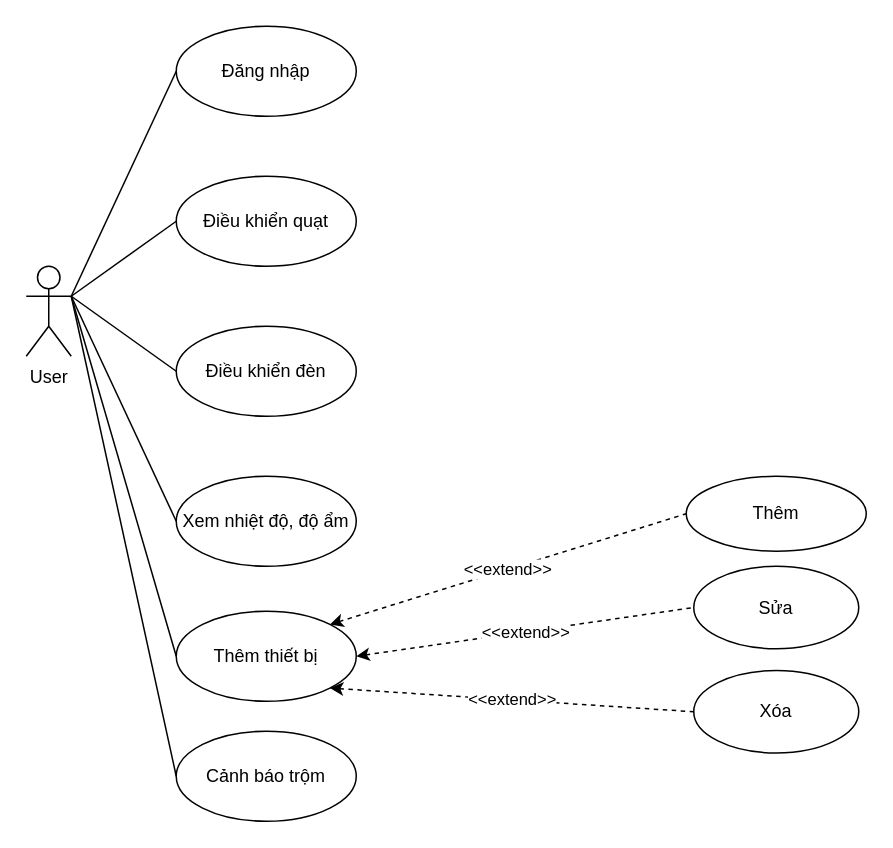
Earlier version of the draw.io diagram Biểu đồ không có tiêu đề.drawio (dinhvan2/diagrams). Source tidied: cells renumbered, new cells numbered last; positions are measured from the earlier drawing's top-left corner, leaving out a move shared by most shapes. Both pictures are drawn from the tidied source at 150%, with x=0, y=0 at pixel (26, 26).
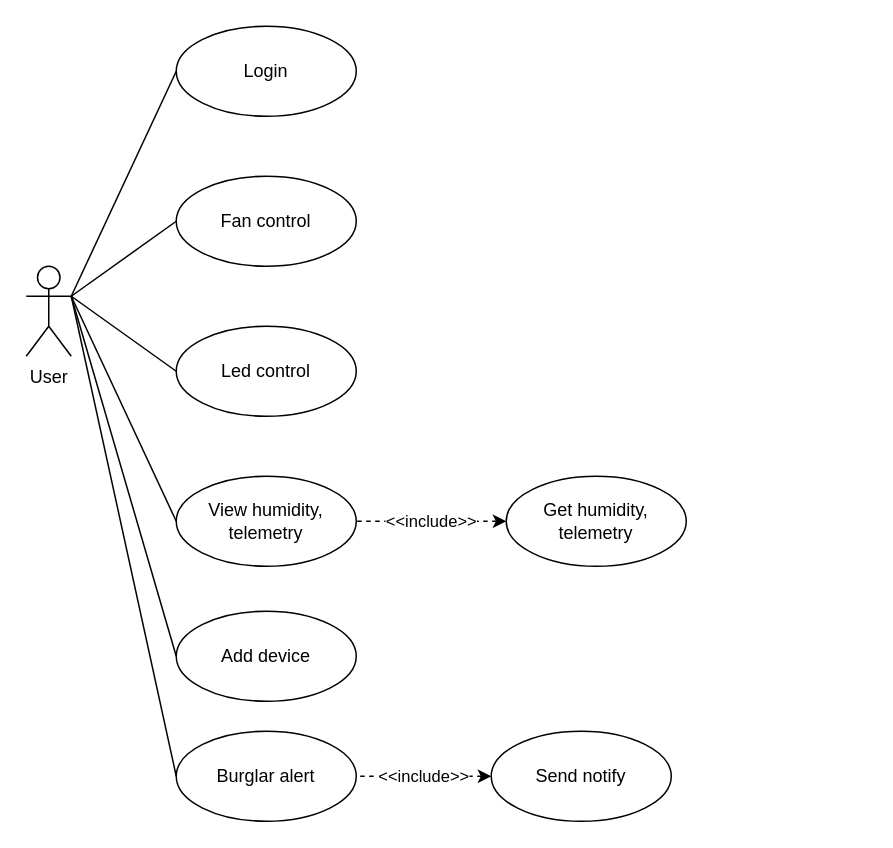
The same page after the edit.

Commit message:
Cập nhật Biểu đồ không có tiêu đề.drawio

What changed in the source:
```diff
@@
-    <mxCell id="2" value="Đăng nhập" style="ellipse;whiteSpace=wrap;html=1;" parent="1" vertex="1">
+    <mxCell id="2" value="Login" style="ellipse;whiteSpace=wrap;html=1;" parent="1" vertex="1">
       <mxGeometry x="100" width="120" height="60" as="geometry" />
     </mxCell>
@@
-    <mxCell id="4" value="Thêm thiết bị" style="ellipse;whiteSpace=wrap;html=1;" parent="1" vertex="1">
+    <mxCell id="4" value="Add device" style="ellipse;whiteSpace=wrap;html=1;" parent="1" vertex="1">
       <mxGeometry x="100" y="390" width="120" height="60" as="geometry" />
     </mxCell>
@@
-    <mxCell id="6" value="Xem nhiệt độ, độ ẩm" style="ellipse;whiteSpace=wrap;html=1;" parent="1" vertex="1">
+    <mxCell id="6" value="View humidity, telemetry" style="ellipse;whiteSpace=wrap;html=1;" parent="1" vertex="1">
       <mxGeometry x="100" y="300" width="120" height="60" as="geometry" />
     </mxCell>
-    <mxCell id="7" value="Điều khiển đèn" style="ellipse;whiteSpace=wrap;html=1;" parent="1" vertex="1">
+    <mxCell id="7" value="Led control" style="ellipse;whiteSpace=wrap;html=1;" parent="1" vertex="1">
       <mxGeometry x="100" y="200" width="120" height="60" as="geometry" />
     </mxCell>
-    <mxCell id="8" value="Điều khiển quạt" style="ellipse;whiteSpace=wrap;html=1;" parent="1" vertex="1">
+    <mxCell id="8" value="Fan control" style="ellipse;whiteSpace=wrap;html=1;" parent="1" vertex="1">
       <mxGeometry x="100" y="100" width="120" height="60" as="geometry" />
     </mxCell>
@@
-    <mxCell id="13" value="Thêm" style="ellipse;whiteSpace=wrap;html=1;" parent="1" vertex="1">
-      <mxGeometry x="440" y="300" width="120" height="50" as="geometry" />
-    </mxCell>
-    <mxCell id="14" value="Sửa" style="ellipse;whiteSpace=wrap;html=1;rotation=0;" parent="1" vertex="1">
-      <mxGeometry x="445" y="360" width="110" height="55" as="geometry" />
-    </mxCell>
-    <mxCell id="15" value="Xóa" style="ellipse;whiteSpace=wrap;html=1;rotation=0;" parent="1" vertex="1">
-      <mxGeometry x="445" y="429.5" width="110" height="55" as="geometry" />
-    </mxCell>
-    <mxCell id="16" value="&amp;lt;&amp;lt;extend&amp;gt;&amp;gt;" style="edgeStyle=none;rounded=0;jettySize=auto;html=1;entryX=0;entryY=0.5;entryDx=0;entryDy=0;endArrow=none;endFill=0;dashed=1;startArrow=classic;startFill=1;exitX=1;exitY=0;exitDx=0;exitDy=0;" parent="1" edge="1" source="4" target="13">
-      <mxGeometry relative="1" as="geometry" />
-    </mxCell>
-    <mxCell id="17" value="&amp;lt;&amp;lt;extend&amp;gt;&amp;gt;" style="edgeStyle=none;rounded=0;jettySize=auto;html=1;entryX=0;entryY=0.5;entryDx=0;entryDy=0;endArrow=none;endFill=0;dashed=1;startArrow=classic;startFill=1;exitX=1;exitY=0.5;exitDx=0;exitDy=0;" parent="1" edge="1" source="4" target="14">
-      <mxGeometry relative="1" as="geometry" />
-    </mxCell>
-    <mxCell id="18" value="&amp;lt;&amp;lt;extend&amp;gt;&amp;gt;" style="edgeStyle=none;rounded=0;jettySize=auto;html=1;entryX=0;entryY=0.5;entryDx=0;entryDy=0;endArrow=none;endFill=0;dashed=1;startArrow=classic;startFill=1;exitX=1;exitY=1;exitDx=0;exitDy=0;" parent="1" edge="1" source="4" target="15">
-      <mxGeometry relative="1" as="geometry" />
-    </mxCell>
-    <mxCell id="19" value="Cảnh báo trộm" style="ellipse;whiteSpace=wrap;html=1;" parent="1" vertex="1">
+    <mxCell id="19" value="Burglar alert" style="ellipse;whiteSpace=wrap;html=1;" parent="1" vertex="1">
       <mxGeometry x="100" y="470" width="120" height="60" as="geometry" />
     </mxCell>
@@
+    <mxCell id="21" value="Get humidity, telemetry" style="ellipse;whiteSpace=wrap;html=1;" parent="1" vertex="1">
+      <mxGeometry x="320" y="300" width="120" height="60" as="geometry" />
+    </mxCell>
+    <mxCell id="22" value="&amp;lt;&amp;lt;include&amp;gt;&amp;gt;" style="edgeStyle=none;rounded=0;jettySize=auto;html=1;entryX=1;entryY=0.5;entryDx=0;entryDy=0;endArrow=none;endFill=0;dashed=1;startArrow=classic;startFill=1;exitX=0;exitY=0.5;exitDx=0;exitDy=0;" parent="1" edge="1" source="21" target="6">
+      <mxGeometry relative="1" as="geometry" />
+    </mxCell>
+    <mxCell id="23" value="&amp;lt;&amp;lt;include&amp;gt;&amp;gt;" style="edgeStyle=none;rounded=0;jettySize=auto;html=1;entryX=1;entryY=0.5;entryDx=0;entryDy=0;endArrow=none;endFill=0;dashed=1;startArrow=classic;startFill=1;exitX=0;exitY=0.5;exitDx=0;exitDy=0;" parent="1" edge="1" source="24" target="19">
+      <mxGeometry relative="1" as="geometry" />
+    </mxCell>
+    <mxCell id="24" value="Send notify" style="ellipse;whiteSpace=wrap;html=1;" parent="1" vertex="1">
+      <mxGeometry x="310" y="470" width="120" height="60" as="geometry" />
+    </mxCell>
```
